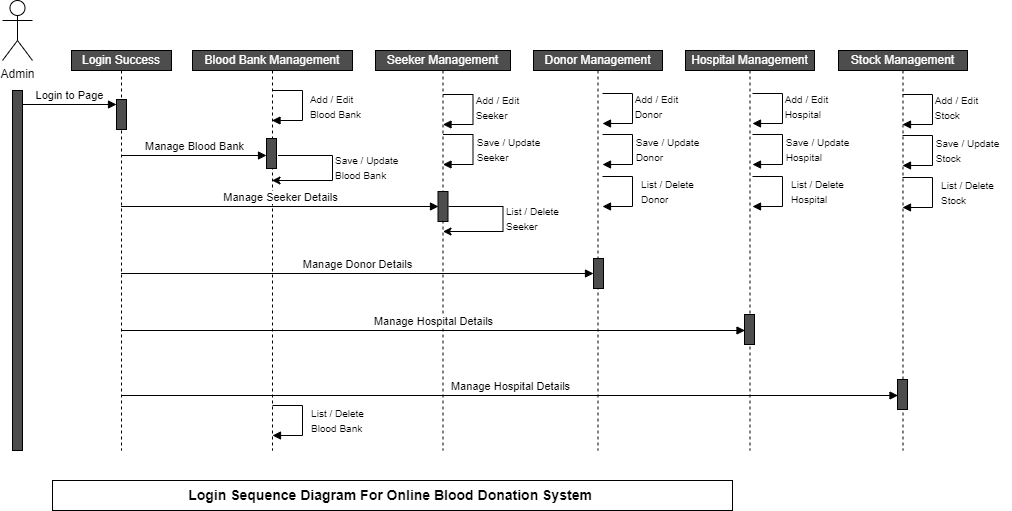
This is Sequence.drawio.png from brijeshlimbani11/brijeshlimbani11.github.io, a draw.io export, as it was before one commit. Source tidied: cells renumbered, new cells last; positions are measured from the earlier drawing's top-left corner, leaving out a move shared by most shapes.
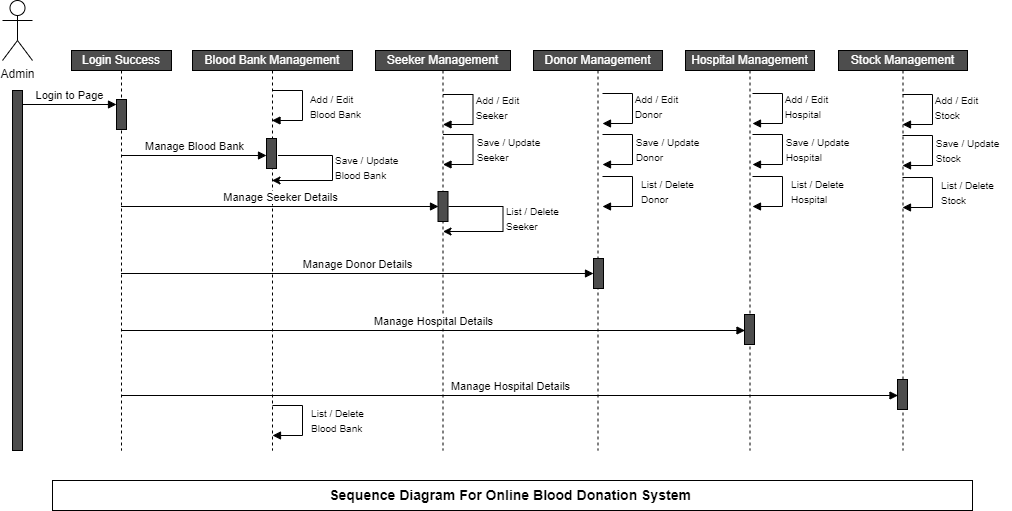
The same diagram one commit later.

The edit, as a diff of the source:
```diff
@@ -65,8 +65,8 @@
         <mxPoint x="591" y="273" as="targetPoint" />
       </mxGeometry>
     </mxCell>
-    <mxCell id="18" value="&lt;b&gt;&lt;font style=&quot;font-size: 14px;&quot;&gt;Login Sequence Diagram For Online Blood Donation System&amp;nbsp;&lt;/font&gt;&lt;/b&gt;&lt;div style=&quot;display:none&quot; id=&quot;SDCloudData&quot;&gt;&lt;/div&gt;" style="whiteSpace=wrap;html=1;align=center;" parent="1" vertex="1">
-      <mxGeometry x="50" y="480" width="680" height="30" as="geometry" />
+    <mxCell id="18" value="&lt;b&gt;&lt;font style=&quot;font-size: 14px;&quot;&gt;Sequence Diagram For Online Blood Donation System&amp;nbsp;&lt;/font&gt;&lt;/b&gt;&lt;div style=&quot;display:none&quot; id=&quot;SDCloudData&quot;&gt;&lt;/div&gt;" style="whiteSpace=wrap;html=1;align=center;" parent="1" vertex="1">
+      <mxGeometry x="50" y="480" width="920" height="30" as="geometry" />
     </mxCell>
     <mxCell id="19" value="&lt;span style=&quot;color: rgb(255, 255, 255);&quot;&gt;Hospital Management&lt;/span&gt;" style="shape=umlLifeline;perimeter=lifelinePerimeter;whiteSpace=wrap;html=1;newEdgeStyle={&quot;curved&quot;:0,&quot;rounded&quot;:0};size=20;fillColor=#4D4D4D;" parent="1" vertex="1">
       <mxGeometry x="683" y="50" width="129" height="400" as="geometry" />
```
